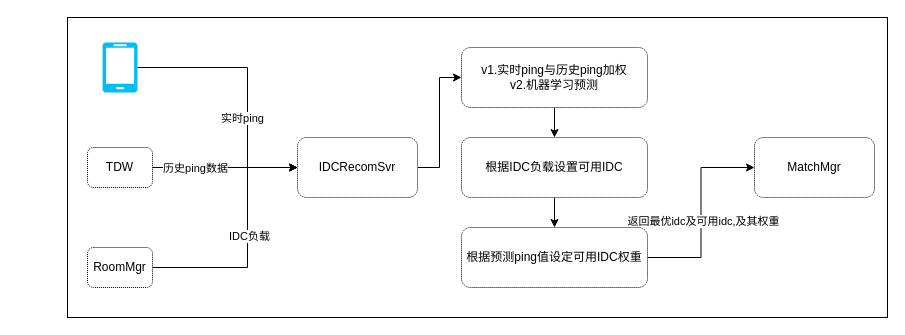
Above: page "Page-2" (2 of 2) of idc选取.drawio in mbabby/draw.io.file (draw.io), before the change. Source tidied: cells renumbered, new cells numbered last; positions are measured from the earlier drawing's top-left corner, leaving out a move shared by most shapes. Both pictures are drawn from the tidied source at 100%, with x=0, y=0 at pixel (67, 17).
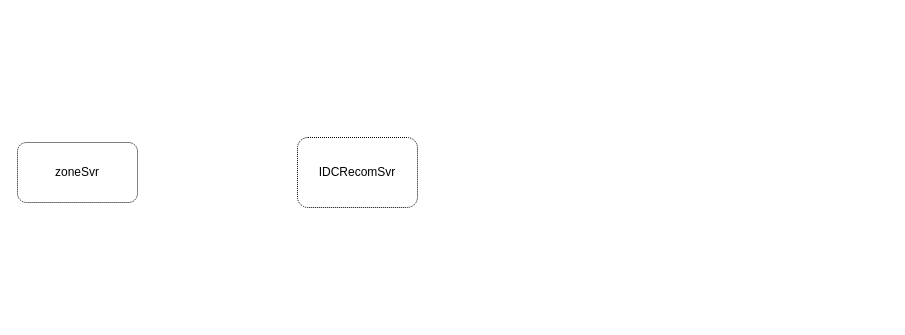
After the change.

Diff of the diagram source:
```diff
@@
-    <mxCell id="2" style="rounded=0;whiteSpace=wrap;html=1;" parent="1" vertex="1">
-      <mxGeometry width="820" height="300" as="geometry" />
-    </mxCell>
-    <mxCell id="3" style="edgeStyle=orthogonalEdgeStyle;rounded=0;jettySize=auto;html=1;exitX=1;exitY=0.5;exitDx=0;exitDy=0;entryX=0;entryY=0.5;entryDx=0;entryDy=0;" parent="1" edge="1" source="4" target="12">
-      <mxGeometry relative="1" as="geometry" />
-    </mxCell>
     <mxCell id="4" value="IDCRecomSvr" style="rounded=1;whiteSpace=wrap;html=1;dashed=1;dashPattern=1 1;" parent="1" vertex="1">
-      <mxGeometry x="230" y="120" width="120" height="60" as="geometry" />
+      <mxGeometry x="230" y="120" width="120" height="70" as="geometry" />
     </mxCell>
-    <mxCell id="5" style="edgeStyle=orthogonalEdgeStyle;rounded=0;jettySize=auto;html=1;exitX=1;exitY=0.5;exitDx=0;exitDy=0;exitPerimeter=0;entryX=0;entryY=0.5;entryDx=0;entryDy=0;" parent="1" edge="1" source="7" target="4">
-      <mxGeometry relative="1" as="geometry">
-        <Array as="points">
-          <mxPoint x="180" y="50" />
-          <mxPoint x="180" y="150" />
-        </Array>
-      </mxGeometry>
-    </mxCell>
-    <mxCell id="6" value="实时ping" style="edgeLabel;html=1;align=center;verticalAlign=middle;" parent="5" vertex="1">
-      <mxGeometry x="-0.2" y="-2" relative="1" as="geometry">
-        <mxPoint y="48" as="offset" />
-      </mxGeometry>
-    </mxCell>
-    <mxCell id="7" style="verticalLabelPosition=bottom;html=1;verticalAlign=top;align=center;strokeColor=none;fillColor=#00BEF2;shape=mxgraph.azure.mobile;" parent="1" vertex="1">
-      <mxGeometry x="35" y="25" width="35" height="50" as="geometry" />
-    </mxCell>
-    <mxCell id="8" style="edgeStyle=orthogonalEdgeStyle;rounded=0;jettySize=auto;html=1;exitX=1;exitY=0.5;exitDx=0;exitDy=0;entryX=0;entryY=0.5;entryDx=0;entryDy=0;" parent="1" edge="1" source="10" target="4">
-      <mxGeometry relative="1" as="geometry">
-        <Array as="points">
-          <mxPoint x="160" y="150" />
-          <mxPoint x="160" y="150" />
-        </Array>
-      </mxGeometry>
-    </mxCell>
-    <mxCell id="9" value="历史ping数据" style="edgeLabel;html=1;align=center;verticalAlign=middle;" parent="8" vertex="1">
-      <mxGeometry x="-0.29" y="1" relative="1" as="geometry">
-        <mxPoint x="-9" y="1" as="offset" />
-      </mxGeometry>
-    </mxCell>
-    <mxCell id="10" value="TDW" style="rounded=1;whiteSpace=wrap;html=1;dashed=1;dashPattern=1 1;" parent="1" vertex="1">
-      <mxGeometry x="20" y="130" width="65" height="40" as="geometry" />
-    </mxCell>
-    <mxCell id="11" style="edgeStyle=orthogonalEdgeStyle;rounded=0;jettySize=auto;html=1;exitX=0.5;exitY=1;exitDx=0;exitDy=0;entryX=0.5;entryY=0;entryDx=0;entryDy=0;" parent="1" edge="1" source="12" target="14">
-      <mxGeometry relative="1" as="geometry" />
-    </mxCell>
-    <mxCell id="12" value="v1.实时ping与历史ping加权&lt;br&gt;v2.机器学习预测" style="rounded=1;whiteSpace=wrap;html=1;dashed=1;dashPattern=1 1;" parent="1" vertex="1">
-      <mxGeometry x="394" y="30" width="186" height="60" as="geometry" />
-    </mxCell>
-    <mxCell id="13" style="edgeStyle=orthogonalEdgeStyle;rounded=0;jettySize=auto;html=1;exitX=0.5;exitY=1;exitDx=0;exitDy=0;entryX=0.5;entryY=0;entryDx=0;entryDy=0;" parent="1" edge="1" source="14" target="20">
-      <mxGeometry relative="1" as="geometry" />
-    </mxCell>
-    <mxCell id="14" value="根据IDC负载设置可用IDC" style="rounded=1;whiteSpace=wrap;html=1;dashed=1;dashPattern=1 1;" parent="1" vertex="1">
-      <mxGeometry x="394" y="120" width="186" height="60" as="geometry" />
-    </mxCell>
-    <mxCell id="15" style="edgeStyle=orthogonalEdgeStyle;rounded=0;jettySize=auto;html=1;exitX=1;exitY=0.5;exitDx=0;exitDy=0;entryX=0;entryY=0.5;entryDx=0;entryDy=0;" parent="1" edge="1" source="17" target="4">
-      <mxGeometry relative="1" as="geometry">
-        <Array as="points">
-          <mxPoint x="180" y="250" />
-          <mxPoint x="180" y="150" />
-        </Array>
-      </mxGeometry>
-    </mxCell>
-    <mxCell id="16" value="IDC负载" style="edgeLabel;html=1;align=center;verticalAlign=middle;" parent="15" vertex="1">
-      <mxGeometry x="0.04" y="-1" relative="1" as="geometry" />
-    </mxCell>
-    <mxCell id="17" value="RoomMgr" style="rounded=1;whiteSpace=wrap;html=1;dashed=1;dashPattern=1 1;" parent="1" vertex="1">
-      <mxGeometry x="20" y="230" width="65" height="40" as="geometry" />
-    </mxCell>
-    <mxCell id="18" style="edgeStyle=orthogonalEdgeStyle;rounded=0;jettySize=auto;html=1;exitX=1;exitY=0.5;exitDx=0;exitDy=0;entryX=0;entryY=0.5;entryDx=0;entryDy=0;" parent="1" edge="1" source="20" target="21">
-      <mxGeometry relative="1" as="geometry" />
-    </mxCell>
-    <mxCell id="19" value="返回最优idc及可用idc,及其权重" style="edgeLabel;html=1;align=center;verticalAlign=middle;" parent="18" vertex="1">
-      <mxGeometry x="0.21" y="-2" relative="1" as="geometry">
-        <mxPoint y="29" as="offset" />
-      </mxGeometry>
-    </mxCell>
-    <mxCell id="20" value="根据预测ping值设定可用IDC权重" style="rounded=1;whiteSpace=wrap;html=1;dashed=1;dashPattern=1 1;" parent="1" vertex="1">
-      <mxGeometry x="394" y="210" width="186" height="60" as="geometry" />
-    </mxCell>
-    <mxCell id="21" value="MatchMgr" style="rounded=1;whiteSpace=wrap;html=1;dashed=1;dashPattern=1 1;" parent="1" vertex="1">
-      <mxGeometry x="687" y="120" width="120" height="60" as="geometry" />
-    </mxCell>
+    <mxCell id="22" value="zoneSvr" style="rounded=1;whiteSpace=wrap;html=1;dashed=1;dashPattern=1 1;" parent="1" vertex="1">
+      <mxGeometry x="-50" y="125" width="120" height="60" as="geometry" />
+    </mxCell>
```
